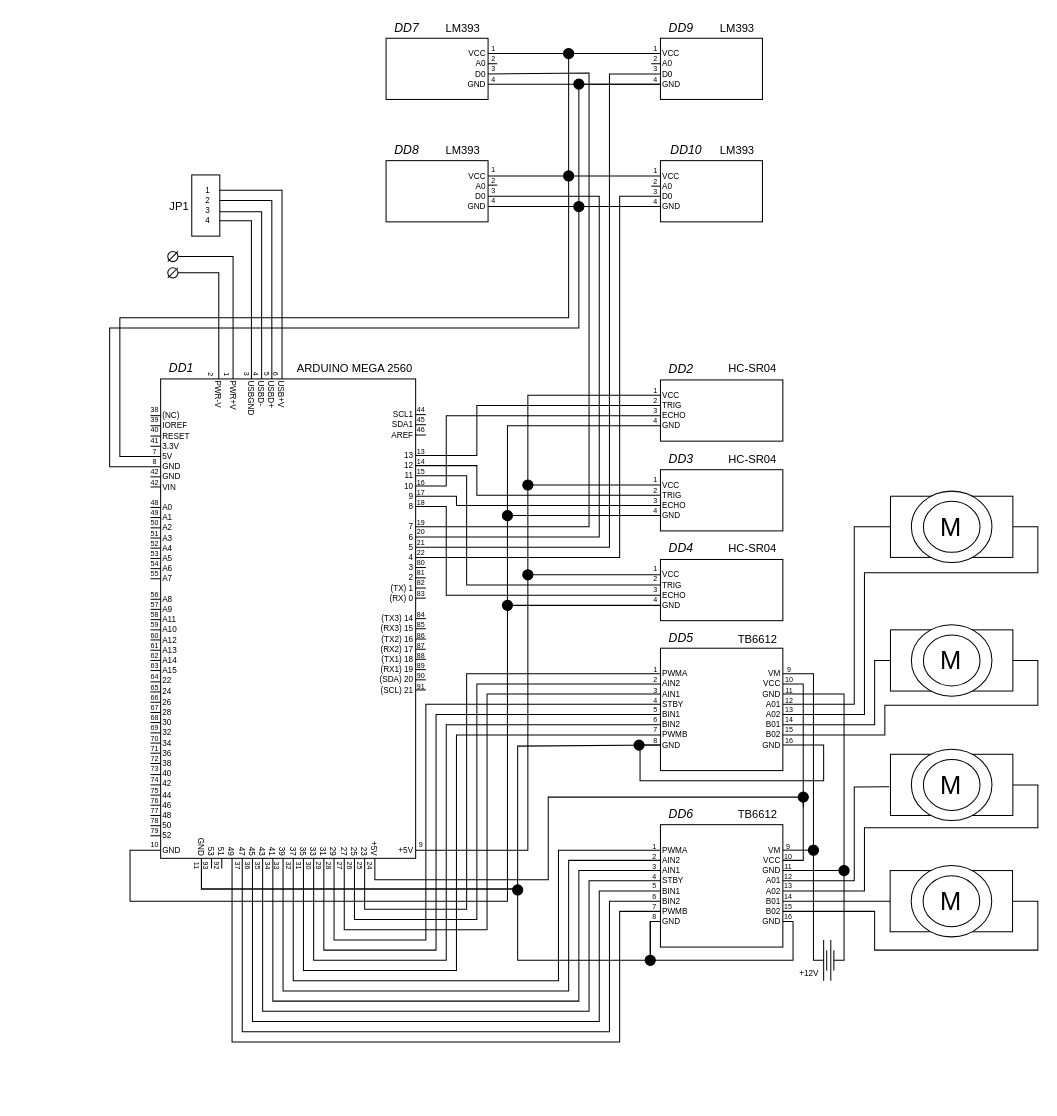
This is Наработки/Принципиальная схема.drawio from AlexRussellGit/VKR---Russell-Alexander, a draw.io file, before an edit. Source tidied: cells renumbered, new cells numbered last; positions are measured from the earlier drawing's top-left corner, leaving out a move shared by most shapes. Both pictures are drawn from the tidied source at 102%, with x=0, y=0 at pixel (68, 17).
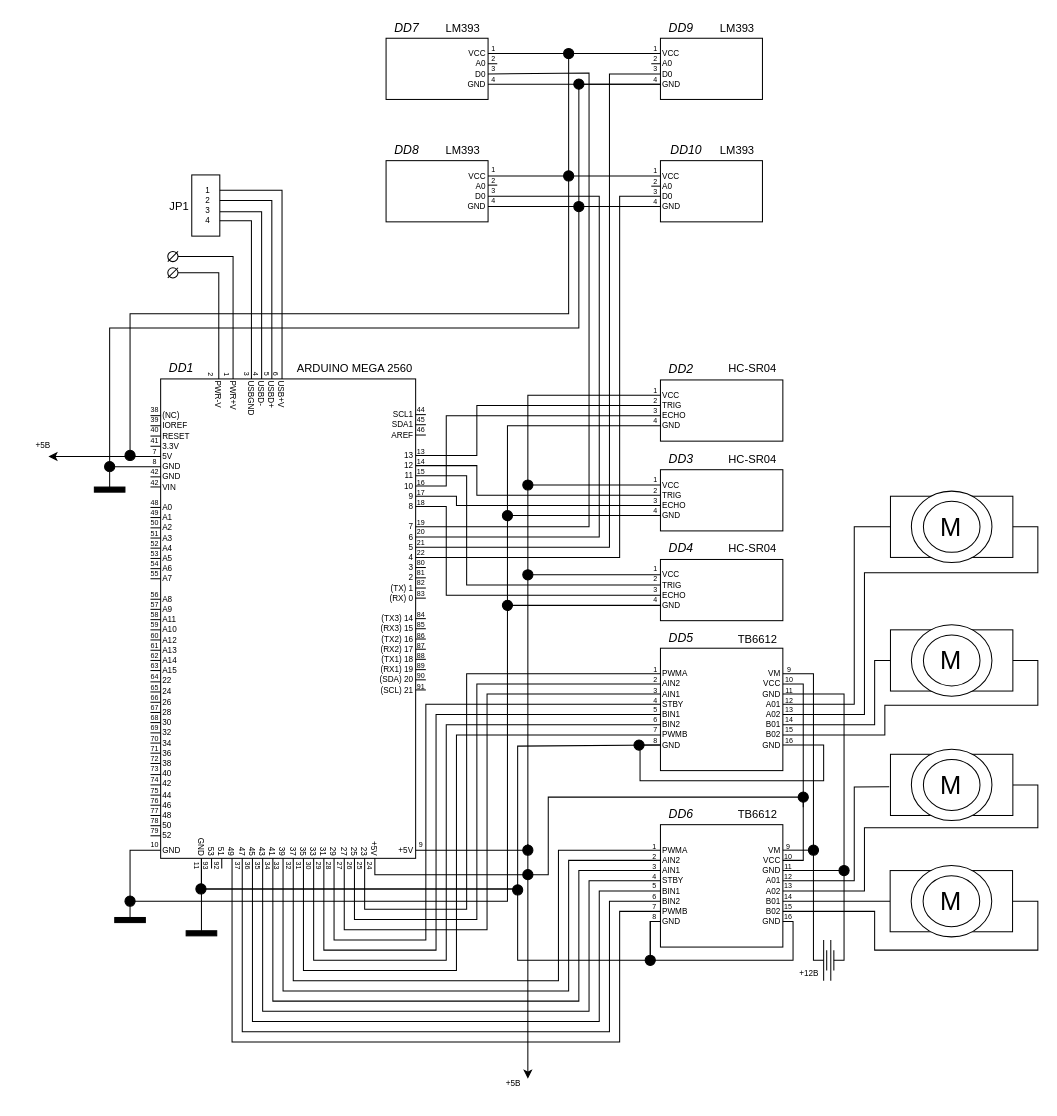
Above is the later version.

The change refers to these unchanged cells:
```xml
<mxCell id="89" value="+5V" style="text;html=1;strokeColor=none;fillColor=none;align=right;verticalAlign=middle;whiteSpace=wrap;rounded=0;rotation=90;fontSize=8;" parent="1" vertex="1">
  <mxGeometry x="275" y="794" width="50" height="10" as="geometry" />
</mxCell>
<mxCell id="117" value="5V" style="text;html=1;strokeColor=none;fillColor=none;align=left;verticalAlign=middle;whiteSpace=wrap;rounded=0;rotation=0;fontSize=8;" parent="1" vertex="1">
  <mxGeometry x="90" y="425" width="50" height="10" as="geometry" />
</mxCell>
<mxCell id="181" value="VCC" style="text;html=1;strokeColor=none;fillColor=none;align=right;verticalAlign=middle;whiteSpace=wrap;rounded=0;rotation=0;fontSize=8;" parent="1" vertex="1">
  <mxGeometry x="650" y="821" width="50" height="10" as="geometry" />
</mxCell>
<mxCell id="223" value="VCC" style="text;html=1;strokeColor=none;fillColor=none;align=left;verticalAlign=middle;whiteSpace=wrap;rounded=0;rotation=0;fontSize=8;" parent="1" vertex="1">
  <mxGeometry x="580" y="30" width="50" height="10" as="geometry" />
</mxCell>
<mxCell id="432" value="93" style="text;html=1;align=center;verticalAlign=middle;points=[];strokeColor=none;fillColor=none;fontSize=7;rotation=90;" parent="1" vertex="1">
  <mxGeometry x="124" y="826" width="20" height="10" as="geometry" />
</mxCell>
```

The edit, as a diff of the source:
```diff
@@
-    <mxCell id="222" value="+12V" style="text;html=1;strokeColor=none;fillColor=none;align=center;verticalAlign=middle;whiteSpace=wrap;rounded=0;fontSize=8;fontColor=none;" parent="1" vertex="1">
+    <mxCell id="222" value="+12В" style="text;html=1;strokeColor=none;fillColor=none;align=center;verticalAlign=middle;whiteSpace=wrap;rounded=0;fontSize=8;fontColor=none;" parent="1" vertex="1">
       <mxGeometry x="696" y="922" width="60" height="30" as="geometry" />
     </mxCell>
@@
     <mxCell id="251" style="endArrow=none;html=1;rounded=0;labelBackgroundColor=none;labelBorderColor=none;fontSize=8;fontColor=none;strokeColor=#000000;fillColor=#e51400;entryX=0;entryY=0.5;entryDx=0;entryDy=0;exitX=0;exitY=0.5;exitDx=0;exitDy=0;" parent="1" edge="1" source="117" target="223">
       <mxGeometry relative="1" as="geometry">
         <Array as="points">
-          <mxPoint x="50" y="430" />
-          <mxPoint x="50" y="294" />
-          <mxPoint x="490" y="294" />
+          <mxPoint x="60" y="430" />
+          <mxPoint x="60" y="290" />
+          <mxPoint x="490" y="290" />
           <mxPoint x="490" y="35" />
         </Array>
       </mxGeometry>
     </mxCell>
@@
     <mxCell id="258" style="endArrow=none;html=1;rounded=0;labelBackgroundColor=none;labelBorderColor=none;fontSize=8;fontColor=none;strokeColor=#000000;fillColor=#FF0000;entryX=1;entryY=0.5;entryDx=0;entryDy=0;fontStyle=4;exitX=1;exitY=0.5;exitDx=0;exitDy=0;" parent="1" edge="1" source="89" target="181">
       <mxGeometry relative="1" as="geometry">
         <Array as="points">
-          <mxPoint x="300" y="845" />
-          <mxPoint x="470" y="845" />
+          <mxPoint x="300" y="840" />
+          <mxPoint x="470" y="840" />
           <mxPoint x="470" y="764" />
           <mxPoint x="720" y="764" />
           <mxPoint x="720" y="826" />
         </Array>
       </mxGeometry>
     </mxCell>
@@
+    <mxCell id="498" style="ellipse;whiteSpace=wrap;html=1;fillColor=#000000;" parent="1" vertex="1">
+      <mxGeometry x="35" y="435" width="10" height="10" as="geometry" />
+    </mxCell>
+    <mxCell id="499" style="endArrow=none;html=1;rounded=0;fontSize=11;strokeColor=#000000;entryX=0.5;entryY=1;entryDx=0;entryDy=0;" parent="1" edge="1" target="498">
+      <mxGeometry relative="1" as="geometry">
+        <mxPoint x="40" y="460" as="sourcePoint" />
+      </mxGeometry>
+    </mxCell>
+    <mxCell id="500" style="rounded=0;whiteSpace=wrap;html=1;fontSize=11;strokeWidth=1;fillColor=#000000;" parent="1" vertex="1">
+      <mxGeometry x="25" y="460" width="30" height="5" as="geometry" />
+    </mxCell>
+    <mxCell id="501" style="endArrow=none;html=1;rounded=0;fontSize=11;strokeColor=#000000;entryX=0.5;entryY=1;entryDx=0;entryDy=0;" parent="1" edge="1">
+      <mxGeometry relative="1" as="geometry">
+        <mxPoint x="60" y="882" as="sourcePoint" />
+        <mxPoint x="60" y="867" as="targetPoint" />
+      </mxGeometry>
+    </mxCell>
+    <mxCell id="502" style="rounded=0;whiteSpace=wrap;html=1;fontSize=11;strokeWidth=1;fillColor=#000000;" parent="1" vertex="1">
+      <mxGeometry x="45" y="882" width="30" height="5" as="geometry" />
+    </mxCell>
+    <mxCell id="503" style="ellipse;whiteSpace=wrap;html=1;fillColor=#000000;" parent="1" vertex="1">
+      <mxGeometry x="55" y="861" width="10" height="10" as="geometry" />
+    </mxCell>
+    <mxCell id="504" style="ellipse;whiteSpace=wrap;html=1;fillColor=#000000;" parent="1" vertex="1">
+      <mxGeometry x="124.5" y="849" width="10" height="10" as="geometry" />
+    </mxCell>
+    <mxCell id="505" style="endArrow=none;html=1;rounded=0;fontSize=11;strokeColor=#000000;entryX=0.133;entryY=0.9;entryDx=0;entryDy=0;entryPerimeter=0;exitX=0.5;exitY=0;exitDx=0;exitDy=0;" parent="1" edge="1" source="506" target="432">
+      <mxGeometry relative="1" as="geometry" />
+    </mxCell>
+    <mxCell id="506" style="rounded=0;whiteSpace=wrap;html=1;fontSize=11;strokeWidth=1;fillColor=#000000;" parent="1" vertex="1">
+      <mxGeometry x="115" y="895" width="30" height="5" as="geometry" />
+    </mxCell>
+    <mxCell id="507" style="endArrow=classic;html=1;rounded=0;fontSize=11;strokeColor=#000000;" parent="1" edge="1">
+      <mxGeometry relative="1" as="geometry">
+        <mxPoint x="450" y="810" as="sourcePoint" />
+        <mxPoint x="450" y="1040" as="targetPoint" />
+      </mxGeometry>
+    </mxCell>
+    <mxCell id="508" style="ellipse;whiteSpace=wrap;html=1;fillColor=#000000;" parent="1" vertex="1">
+      <mxGeometry x="445" y="811" width="10" height="10" as="geometry" />
+    </mxCell>
+    <mxCell id="509" value="+5В" style="text;html=1;strokeColor=none;fillColor=none;align=center;verticalAlign=middle;whiteSpace=wrap;rounded=0;fontSize=8;fontColor=none;" parent="1" vertex="1">
+      <mxGeometry x="406" y="1030" width="60" height="30" as="geometry" />
+    </mxCell>
+    <mxCell id="510" style="endArrow=classic;html=1;rounded=0;fontSize=11;strokeColor=#000000;" parent="1" edge="1" source="117">
+      <mxGeometry relative="1" as="geometry">
+        <mxPoint x="-20" y="430" as="targetPoint" />
+        <Array as="points">
+          <mxPoint x="-10" y="430" />
+        </Array>
+      </mxGeometry>
+    </mxCell>
+    <mxCell id="511" value="+5В" style="text;html=1;strokeColor=none;fillColor=none;align=center;verticalAlign=middle;whiteSpace=wrap;rounded=0;fontSize=8;fontColor=none;" parent="1" vertex="1">
+      <mxGeometry x="-50" y="404" width="50" height="29" as="geometry" />
+    </mxCell>
+    <mxCell id="512" style="ellipse;whiteSpace=wrap;html=1;fillColor=#000000;" parent="1" vertex="1">
+      <mxGeometry x="55" y="424" width="10" height="10" as="geometry" />
+    </mxCell>
+    <mxCell id="513" style="ellipse;whiteSpace=wrap;html=1;fillColor=#000000;" parent="1" vertex="1">
+      <mxGeometry x="445" y="835" width="10" height="10" as="geometry" />
+    </mxCell>
```
